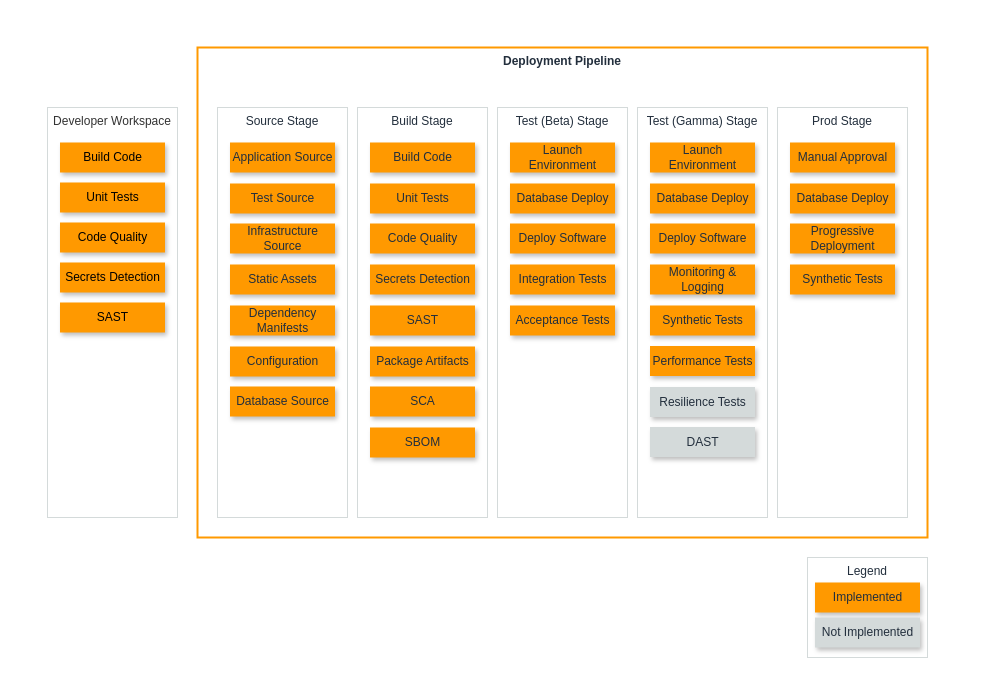
Above: docs/application-pipeline/ri-cdk-pipeline-architecture.drawio in Tyrese-AutomationWarrior/AWS-Deployment-Pipeline-Reference-Architecture (draw.io), before the change. Source tidied: cells renumbered, new cells numbered last; positions are measured from the earlier drawing's top-left corner, leaving out a move shared by most shapes. Both pictures are drawn from the tidied source at 100%, with x=0, y=0 at pixel (17, 17).
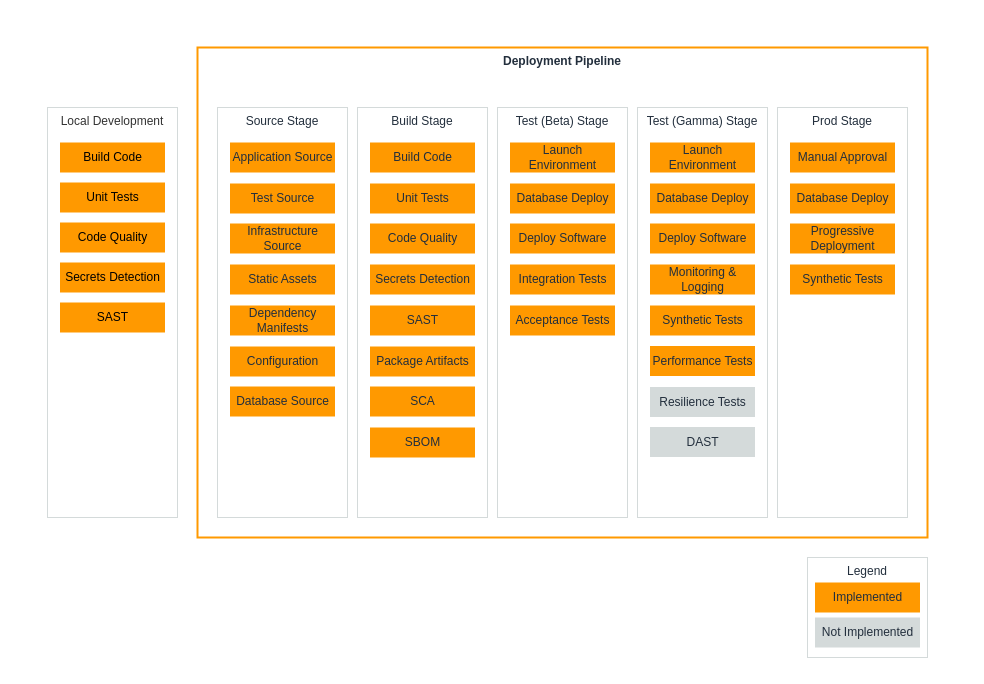
After the change.

Commit message (it also covers changes not shown here):
fix: typos and diagram cleanup

Diff of the diagram source:
```diff
@@
-    <mxCell id="2" style="fillColor=#FFFFFF;strokeColor=none;dashed=0;verticalAlign=top;fontStyle=0;fontColor=#232F3D;" parent="1" vertex="1">
+    <mxCell id="2" style="fillColor=#FFFFFF;strokeColor=none;dashed=0;verticalAlign=top;fontStyle=0;fontColor=#232F3D;shadow=0;" parent="1" vertex="1">
       <mxGeometry width="950" height="650" as="geometry" />
     </mxCell>
@@
-    <mxCell id="5" value="Implemented" style="rounded=0;whiteSpace=wrap;html=1;fillColor=#ff9900;strokeColor=none;fontColor=#232F3D;shadow=1;" parent="1" vertex="1">
+    <mxCell id="5" value="Implemented" style="rounded=0;whiteSpace=wrap;html=1;fillColor=#ff9900;strokeColor=none;fontColor=#232F3D;shadow=0;" parent="1" vertex="1">
       <mxGeometry x="797.5" y="565" width="105" height="30" as="geometry" />
     </mxCell>
-    <mxCell id="6" value="Not Implemented" style="rounded=0;whiteSpace=wrap;html=1;fillColor=#d4dada;strokeColor=none;fontColor=#232F3D;shadow=1;" parent="1" vertex="1">
+    <mxCell id="6" value="Not Implemented" style="rounded=0;whiteSpace=wrap;html=1;fillColor=#d4dada;strokeColor=none;fontColor=#232F3D;shadow=0;" parent="1" vertex="1">
       <mxGeometry x="797.5" y="600" width="105" height="30" as="geometry" />
     </mxCell>
@@
-    <mxCell id="12" value="Build Code" style="rounded=0;whiteSpace=wrap;html=1;fillColor=#ff9900;strokeColor=none;fontColor=#232F3D;shadow=1;" parent="1" vertex="1">
+    <mxCell id="12" value="Build Code" style="rounded=0;whiteSpace=wrap;html=1;fillColor=#ff9900;strokeColor=none;fontColor=#232F3D;shadow=0;" parent="1" vertex="1">
       <mxGeometry x="352.5" y="125" width="105" height="30" as="geometry" />
     </mxCell>
-    <mxCell id="13" value="Unit Tests" style="rounded=0;whiteSpace=wrap;html=1;fillColor=#ff9900;strokeColor=none;fontColor=#232F3D;shadow=1;" parent="1" vertex="1">
+    <mxCell id="13" value="Unit Tests" style="rounded=0;whiteSpace=wrap;html=1;fillColor=#ff9900;strokeColor=none;fontColor=#232F3D;shadow=0;" parent="1" vertex="1">
       <mxGeometry x="352.5" y="166" width="105" height="30" as="geometry" />
     </mxCell>
-    <mxCell id="14" value="Secrets Detection" style="rounded=0;whiteSpace=wrap;html=1;fillColor=#ff9900;strokeColor=none;fontColor=#232F3D;shadow=1;" parent="1" vertex="1">
+    <mxCell id="14" value="Secrets Detection" style="rounded=0;whiteSpace=wrap;html=1;fillColor=#ff9900;strokeColor=none;fontColor=#232F3D;shadow=0;" parent="1" vertex="1">
       <mxGeometry x="352.5" y="247" width="105" height="30" as="geometry" />
     </mxCell>
-    <mxCell id="15" value="Code Quality" style="rounded=0;whiteSpace=wrap;html=1;fillColor=#ff9900;strokeColor=none;fontColor=#232F3D;shadow=1;" parent="1" vertex="1">
+    <mxCell id="15" value="Code Quality" style="rounded=0;whiteSpace=wrap;html=1;fillColor=#ff9900;strokeColor=none;fontColor=#232F3D;shadow=0;" parent="1" vertex="1">
       <mxGeometry x="352.5" y="206" width="105" height="30" as="geometry" />
     </mxCell>
-    <mxCell id="16" value="SAST" style="rounded=0;whiteSpace=wrap;html=1;fillColor=#ff9900;strokeColor=none;fontColor=#232F3D;shadow=1;" parent="1" vertex="1">
+    <mxCell id="16" value="SAST" style="rounded=0;whiteSpace=wrap;html=1;fillColor=#ff9900;strokeColor=none;fontColor=#232F3D;shadow=0;" parent="1" vertex="1">
       <mxGeometry x="352.5" y="288" width="105" height="30" as="geometry" />
     </mxCell>
-    <mxCell id="17" value="Package Artifacts" style="rounded=0;whiteSpace=wrap;html=1;fillColor=#ff9900;strokeColor=none;fontColor=#232F3D;shadow=1;" parent="1" vertex="1">
+    <mxCell id="17" value="Package Artifacts" style="rounded=0;whiteSpace=wrap;html=1;fillColor=#ff9900;strokeColor=none;fontColor=#232F3D;shadow=0;" parent="1" vertex="1">
       <mxGeometry x="352.5" y="329" width="105" height="30" as="geometry" />
     </mxCell>
-    <mxCell id="18" value="SCA" style="rounded=0;whiteSpace=wrap;html=1;fillColor=#ff9900;strokeColor=none;fontColor=#232F3D;shadow=1;" parent="1" vertex="1">
+    <mxCell id="18" value="SCA" style="rounded=0;whiteSpace=wrap;html=1;fillColor=#ff9900;strokeColor=none;fontColor=#232F3D;shadow=0;" parent="1" vertex="1">
       <mxGeometry x="352.5" y="369" width="105" height="30" as="geometry" />
     </mxCell>
-    <mxCell id="19" value="SBOM" style="rounded=0;whiteSpace=wrap;html=1;fillColor=#ff9900;strokeColor=none;fontColor=#232F3D;shadow=1;" parent="1" vertex="1">
+    <mxCell id="19" value="SBOM" style="rounded=0;whiteSpace=wrap;html=1;fillColor=#ff9900;strokeColor=none;fontColor=#232F3D;shadow=0;" parent="1" vertex="1">
       <mxGeometry x="352.5" y="410" width="105" height="30" as="geometry" />
     </mxCell>
-    <mxCell id="20" value="Application Source" style="rounded=0;whiteSpace=wrap;html=1;fillColor=#ff9900;strokeColor=none;fontColor=#232F3D;shadow=1;" parent="1" vertex="1">
+    <mxCell id="20" value="Application Source" style="rounded=0;whiteSpace=wrap;html=1;fillColor=#ff9900;strokeColor=none;fontColor=#232F3D;shadow=0;" parent="1" vertex="1">
       <mxGeometry x="212.5" y="125" width="105" height="30" as="geometry" />
     </mxCell>
-    <mxCell id="21" value="Test Source" style="rounded=0;whiteSpace=wrap;html=1;fillColor=#ff9900;strokeColor=none;fontColor=#232F3D;shadow=1;" parent="1" vertex="1">
+    <mxCell id="21" value="Test Source" style="rounded=0;whiteSpace=wrap;html=1;fillColor=#ff9900;strokeColor=none;fontColor=#232F3D;shadow=0;" parent="1" vertex="1">
       <mxGeometry x="212.5" y="166" width="105" height="30" as="geometry" />
     </mxCell>
-    <mxCell id="22" value="Static Assets" style="rounded=0;whiteSpace=wrap;html=1;fillColor=#ff9900;strokeColor=none;fontColor=#232F3D;shadow=1;" parent="1" vertex="1">
+    <mxCell id="22" value="Static Assets" style="rounded=0;whiteSpace=wrap;html=1;fillColor=#ff9900;strokeColor=none;fontColor=#232F3D;shadow=0;" parent="1" vertex="1">
       <mxGeometry x="212.5" y="247" width="105" height="30" as="geometry" />
     </mxCell>
-    <mxCell id="23" value="Infrastructure Source" style="rounded=0;whiteSpace=wrap;html=1;fillColor=#ff9900;strokeColor=none;fontColor=#232F3D;shadow=1;" parent="1" vertex="1">
+    <mxCell id="23" value="Infrastructure Source" style="rounded=0;whiteSpace=wrap;html=1;fillColor=#ff9900;strokeColor=none;fontColor=#232F3D;shadow=0;" parent="1" vertex="1">
       <mxGeometry x="212.5" y="206" width="105" height="30" as="geometry" />
     </mxCell>
-    <mxCell id="24" value="Dependency Manifests" style="rounded=0;whiteSpace=wrap;html=1;fillColor=#ff9900;strokeColor=none;fontColor=#232F3D;shadow=1;" parent="1" vertex="1">
+    <mxCell id="24" value="Dependency Manifests" style="rounded=0;whiteSpace=wrap;html=1;fillColor=#ff9900;strokeColor=none;fontColor=#232F3D;shadow=0;" parent="1" vertex="1">
       <mxGeometry x="212.5" y="288" width="105" height="30" as="geometry" />
     </mxCell>
-    <mxCell id="25" value="Configuration" style="rounded=0;whiteSpace=wrap;html=1;fillColor=#ff9900;strokeColor=none;fontColor=#232F3D;shadow=1;" parent="1" vertex="1">
+    <mxCell id="25" value="Configuration" style="rounded=0;whiteSpace=wrap;html=1;fillColor=#ff9900;strokeColor=none;fontColor=#232F3D;shadow=0;" parent="1" vertex="1">
       <mxGeometry x="212.5" y="329" width="105" height="30" as="geometry" />
     </mxCell>
-    <mxCell id="26" value="Database Source" style="rounded=0;whiteSpace=wrap;html=1;fillColor=#FF9900;strokeColor=none;fontColor=#232F3D;shadow=1;" parent="1" vertex="1">
+    <mxCell id="26" value="Database Source" style="rounded=0;whiteSpace=wrap;html=1;fillColor=#FF9900;strokeColor=none;fontColor=#232F3D;shadow=0;" parent="1" vertex="1">
       <mxGeometry x="212.5" y="369" width="105" height="30" as="geometry" />
     </mxCell>
-    <mxCell id="27" value="Launch Environment" style="rounded=0;whiteSpace=wrap;html=1;fillColor=#FF9900;strokeColor=none;fontColor=#232F3D;shadow=1;" parent="1" vertex="1">
+    <mxCell id="27" value="Launch Environment" style="rounded=0;whiteSpace=wrap;html=1;fillColor=#FF9900;strokeColor=none;fontColor=#232F3D;shadow=0;" parent="1" vertex="1">
       <mxGeometry x="492.5" y="125" width="105" height="30" as="geometry" />
     </mxCell>
-    <mxCell id="28" value="Integration Tests" style="rounded=0;whiteSpace=wrap;html=1;fillColor=#ff9900;strokeColor=none;fontColor=#232F3D;shadow=1;" parent="1" vertex="1">
+    <mxCell id="28" value="Integration Tests" style="rounded=0;whiteSpace=wrap;html=1;fillColor=#ff9900;strokeColor=none;fontColor=#232F3D;shadow=0;" parent="1" vertex="1">
       <mxGeometry x="492.5" y="247" width="105" height="30" as="geometry" />
     </mxCell>
-    <mxCell id="29" value="Acceptance Tests" style="rounded=0;whiteSpace=wrap;html=1;fillColor=#ff9900;strokeColor=none;fontColor=#232F3D;shadow=1;" parent="1" vertex="1">
+    <mxCell id="29" value="Acceptance Tests" style="rounded=0;whiteSpace=wrap;html=1;fillColor=#ff9900;strokeColor=none;fontColor=#232F3D;shadow=0;" parent="1" vertex="1">
       <mxGeometry x="492.5" y="288" width="105" height="30" as="geometry" />
     </mxCell>
-    <mxCell id="30" value="Database Deploy" style="rounded=0;whiteSpace=wrap;html=1;fillColor=#FF9900;strokeColor=none;fontColor=#232F3D;shadow=1;" parent="1" vertex="1">
+    <mxCell id="30" value="Database Deploy" style="rounded=0;whiteSpace=wrap;html=1;fillColor=#FF9900;strokeColor=none;fontColor=#232F3D;shadow=0;" parent="1" vertex="1">
       <mxGeometry x="492.5" y="166" width="105" height="30" as="geometry" />
     </mxCell>
-    <mxCell id="31" value="Deploy Software" style="rounded=0;whiteSpace=wrap;html=1;fillColor=#FF9900;strokeColor=none;fontColor=#232F3D;shadow=1;" parent="1" vertex="1">
+    <mxCell id="31" value="Deploy Software" style="rounded=0;whiteSpace=wrap;html=1;fillColor=#FF9900;strokeColor=none;fontColor=#232F3D;shadow=0;" parent="1" vertex="1">
       <mxGeometry x="492.5" y="206" width="105" height="30" as="geometry" />
     </mxCell>
-    <mxCell id="32" value="Launch Environment" style="rounded=0;whiteSpace=wrap;html=1;fillColor=#ff9900;strokeColor=none;fontColor=#232F3D;shadow=1;" parent="1" vertex="1">
+    <mxCell id="32" value="Launch Environment" style="rounded=0;whiteSpace=wrap;html=1;fillColor=#ff9900;strokeColor=none;fontColor=#232F3D;shadow=0;" parent="1" vertex="1">
       <mxGeometry x="632.5" y="125" width="105" height="30" as="geometry" />
     </mxCell>
-    <mxCell id="33" value="Database Deploy" style="rounded=0;whiteSpace=wrap;html=1;fillColor=#ff9900;strokeColor=none;fontColor=#232F3D;shadow=1;" parent="1" vertex="1">
+    <mxCell id="33" value="Database Deploy" style="rounded=0;whiteSpace=wrap;html=1;fillColor=#ff9900;strokeColor=none;fontColor=#232F3D;shadow=0;" parent="1" vertex="1">
       <mxGeometry x="632.5" y="166" width="105" height="30" as="geometry" />
     </mxCell>
-    <mxCell id="34" value="Monitoring &amp;amp; Logging" style="rounded=0;whiteSpace=wrap;html=1;fillColor=#ff9900;strokeColor=none;fontColor=#232F3D;shadow=1;" parent="1" vertex="1">
+    <mxCell id="34" value="Monitoring &amp;amp; Logging" style="rounded=0;whiteSpace=wrap;html=1;fillColor=#ff9900;strokeColor=none;fontColor=#232F3D;shadow=0;" parent="1" vertex="1">
       <mxGeometry x="632.5" y="247" width="105" height="30" as="geometry" />
     </mxCell>
-    <mxCell id="35" value="Deploy Software" style="rounded=0;whiteSpace=wrap;html=1;fillColor=#ff9900;strokeColor=none;fontColor=#232F3D;shadow=1;" parent="1" vertex="1">
+    <mxCell id="35" value="Deploy Software" style="rounded=0;whiteSpace=wrap;html=1;fillColor=#ff9900;strokeColor=none;fontColor=#232F3D;shadow=0;" parent="1" vertex="1">
       <mxGeometry x="632.5" y="206" width="105" height="30" as="geometry" />
     </mxCell>
-    <mxCell id="36" value="Synthetic Tests" style="rounded=0;whiteSpace=wrap;html=1;fillColor=#ff9900;strokeColor=none;fontColor=#232F3D;shadow=1;" parent="1" vertex="1">
+    <mxCell id="36" value="Synthetic Tests" style="rounded=0;whiteSpace=wrap;html=1;fillColor=#ff9900;strokeColor=none;fontColor=#232F3D;shadow=0;" parent="1" vertex="1">
       <mxGeometry x="632.5" y="288" width="105" height="30" as="geometry" />
     </mxCell>
-    <mxCell id="37" value="Performance Tests" style="rounded=0;whiteSpace=wrap;html=1;fillColor=#FF9900;strokeColor=none;fontColor=#232F3D;shadow=1;" parent="1" vertex="1">
+    <mxCell id="37" value="Performance Tests" style="rounded=0;whiteSpace=wrap;html=1;fillColor=#FF9900;strokeColor=none;fontColor=#232F3D;shadow=0;" parent="1" vertex="1">
       <mxGeometry x="632.5" y="328.5" width="105" height="30" as="geometry" />
     </mxCell>
-    <mxCell id="38" value="Resilience Tests" style="rounded=0;whiteSpace=wrap;html=1;fillColor=#D4DADA;strokeColor=none;fontColor=#232F3D;shadow=1;" parent="1" vertex="1">
+    <mxCell id="38" value="Resilience Tests" style="rounded=0;whiteSpace=wrap;html=1;fillColor=#D4DADA;strokeColor=none;fontColor=#232F3D;shadow=0;" parent="1" vertex="1">
       <mxGeometry x="632.5" y="369.5" width="105" height="30" as="geometry" />
     </mxCell>
-    <mxCell id="39" value="DAST" style="rounded=0;whiteSpace=wrap;html=1;fillColor=#D4DADA;strokeColor=none;fontColor=#232F3D;shadow=1;" parent="1" vertex="1">
+    <mxCell id="39" value="DAST" style="rounded=0;whiteSpace=wrap;html=1;fillColor=#D4DADA;strokeColor=none;fontColor=#232F3D;shadow=0;" parent="1" vertex="1">
       <mxGeometry x="632.5" y="409.5" width="105" height="30" as="geometry" />
     </mxCell>
-    <mxCell id="40" value="Manual Approval" style="rounded=0;whiteSpace=wrap;html=1;fillColor=#FF9900;strokeColor=none;fontColor=#232F3D;shadow=1;" parent="1" vertex="1">
+    <mxCell id="40" value="Manual Approval" style="rounded=0;whiteSpace=wrap;html=1;fillColor=#FF9900;strokeColor=none;fontColor=#232F3D;shadow=0;" parent="1" vertex="1">
       <mxGeometry x="772.5" y="125" width="105" height="30" as="geometry" />
     </mxCell>
-    <mxCell id="41" value="Database Deploy" style="rounded=0;whiteSpace=wrap;html=1;fillColor=#ff9900;strokeColor=none;fontColor=#232F3D;shadow=1;" parent="1" vertex="1">
+    <mxCell id="41" value="Database Deploy" style="rounded=0;whiteSpace=wrap;html=1;fillColor=#ff9900;strokeColor=none;fontColor=#232F3D;shadow=0;" parent="1" vertex="1">
       <mxGeometry x="772.5" y="166" width="105" height="30" as="geometry" />
     </mxCell>
-    <mxCell id="42" value="Synthetic Tests" style="rounded=0;whiteSpace=wrap;html=1;fillColor=#ff9900;strokeColor=none;fontColor=#232F3D;shadow=1;" parent="1" vertex="1">
+    <mxCell id="42" value="Synthetic Tests" style="rounded=0;whiteSpace=wrap;html=1;fillColor=#ff9900;strokeColor=none;fontColor=#232F3D;shadow=0;" parent="1" vertex="1">
       <mxGeometry x="772.5" y="247" width="105" height="30" as="geometry" />
     </mxCell>
-    <mxCell id="43" value="Progressive Deployment" style="rounded=0;whiteSpace=wrap;html=1;fillColor=#ff9900;strokeColor=none;fontColor=#232F3D;shadow=1;" parent="1" vertex="1">
+    <mxCell id="43" value="Progressive Deployment" style="rounded=0;whiteSpace=wrap;html=1;fillColor=#ff9900;strokeColor=none;fontColor=#232F3D;shadow=0;" parent="1" vertex="1">
       <mxGeometry x="772.5" y="206" width="105" height="30" as="geometry" />
     </mxCell>
-    <mxCell id="44" value="Developer Workspace" style="fillColor=#FFFFFF;strokeColor=#D4DADA;verticalAlign=top;fontStyle=0;fontColor=#333333;shadow=0;" parent="1" vertex="1">
+    <mxCell id="44" value="Local Development" style="fillColor=#FFFFFF;strokeColor=#D4DADA;verticalAlign=top;fontStyle=0;fontColor=#333333;shadow=0;" parent="1" vertex="1">
       <mxGeometry x="30" y="90" width="130" height="410" as="geometry" />
     </mxCell>
-    <mxCell id="45" value="Build Code" style="rounded=0;whiteSpace=wrap;html=1;fillColor=#ff9900;strokeColor=none;fontColor=#000000;shadow=1;" parent="1" vertex="1">
+    <mxCell id="45" value="Build Code" style="rounded=0;whiteSpace=wrap;html=1;fillColor=#ff9900;strokeColor=none;fontColor=#000000;shadow=0;" parent="1" vertex="1">
       <mxGeometry x="42.5" y="125" width="105" height="30" as="geometry" />
     </mxCell>
-    <mxCell id="46" value="Unit Tests" style="rounded=0;whiteSpace=wrap;html=1;fillColor=#ff9900;strokeColor=none;fontColor=#000000;shadow=1;" parent="1" vertex="1">
+    <mxCell id="46" value="Unit Tests" style="rounded=0;whiteSpace=wrap;html=1;fillColor=#ff9900;strokeColor=none;fontColor=#000000;shadow=0;" parent="1" vertex="1">
       <mxGeometry x="42.5" y="165" width="105" height="30" as="geometry" />
     </mxCell>
-    <mxCell id="47" value="Secrets Detection" style="rounded=0;whiteSpace=wrap;html=1;fillColor=#ff9900;strokeColor=none;fontColor=#000000;shadow=1;" parent="1" vertex="1">
+    <mxCell id="47" value="Secrets Detection" style="rounded=0;whiteSpace=wrap;html=1;fillColor=#ff9900;strokeColor=none;fontColor=#000000;shadow=0;" parent="1" vertex="1">
       <mxGeometry x="42.5" y="245" width="105" height="30" as="geometry" />
     </mxCell>
-    <mxCell id="48" value="Code Quality" style="rounded=0;whiteSpace=wrap;html=1;fillColor=#ff9900;strokeColor=none;fontColor=#000000;shadow=1;" parent="1" vertex="1">
+    <mxCell id="48" value="Code Quality" style="rounded=0;whiteSpace=wrap;html=1;fillColor=#ff9900;strokeColor=none;fontColor=#000000;shadow=0;" parent="1" vertex="1">
       <mxGeometry x="42.5" y="205" width="105" height="30" as="geometry" />
     </mxCell>
-    <mxCell id="49" value="SAST" style="rounded=0;whiteSpace=wrap;html=1;fillColor=#ff9900;strokeColor=none;fontColor=#000000;shadow=1;" parent="1" vertex="1">
+    <mxCell id="49" value="SAST" style="rounded=0;whiteSpace=wrap;html=1;fillColor=#ff9900;strokeColor=none;fontColor=#000000;shadow=0;" parent="1" vertex="1">
       <mxGeometry x="42.5" y="285" width="105" height="30" as="geometry" />
     </mxCell>
```
